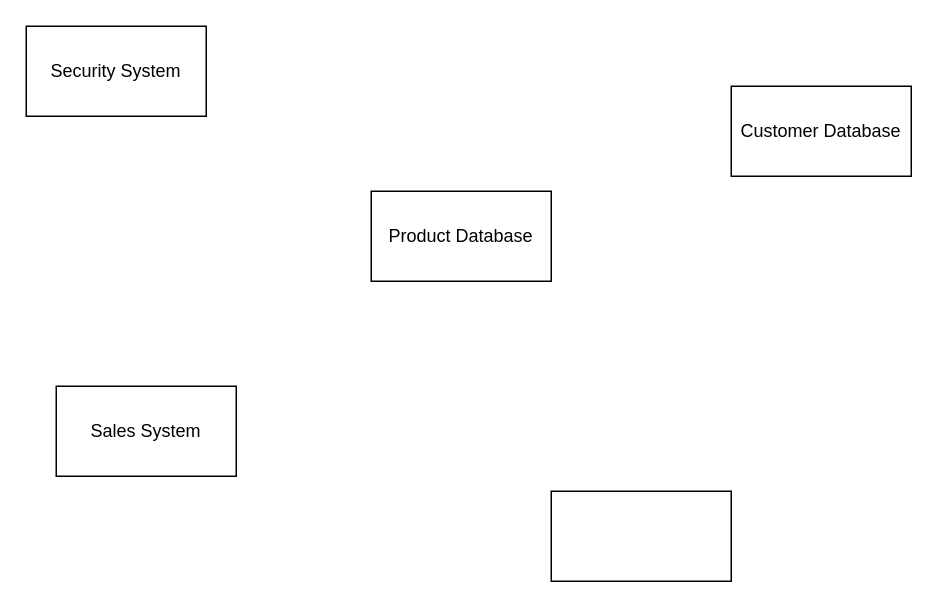
Earlier version of the draw.io diagram workshop10_week11.drawio (antonykimuom/SWEN30006-2025-SM1-workshop1-tuew05-14-00-team-12). Source tidied: cells renumbered, new cells numbered last; positions are measured from the earlier drawing's top-left corner, leaving out a move shared by most shapes. Both pictures are drawn from the tidied source at 150%, with x=0, y=0 at pixel (26, 26).
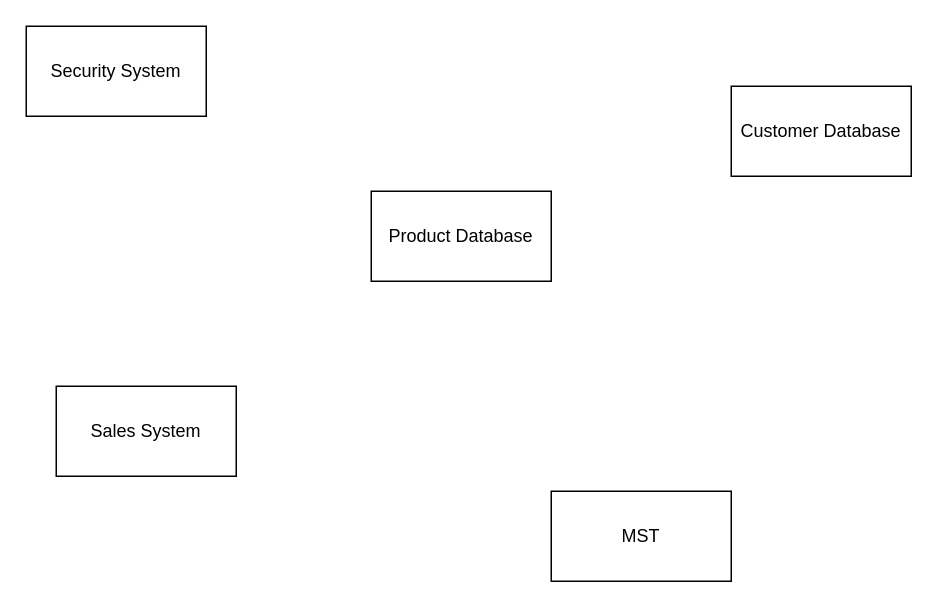
After the change.

What changed in the source:
```diff
@@
 <mxGraphModel>
   <root>
     <mxCell id="0" />
     <mxCell id="1" parent="0" />
     <mxCell id="2" value="Product Database" style="rounded=0;whiteSpace=wrap;html=1;" parent="1" vertex="1">
       <mxGeometry x="230" y="110" width="120" height="60" as="geometry" />
     </mxCell>
     <mxCell id="3" value="Customer Database" style="rounded=0;whiteSpace=wrap;html=1;" parent="1" vertex="1">
       <mxGeometry x="470" y="40" width="120" height="60" as="geometry" />
     </mxCell>
     <mxCell id="4" value="Security System" style="rounded=0;whiteSpace=wrap;html=1;" parent="1" vertex="1">
       <mxGeometry width="120" height="60" as="geometry" />
     </mxCell>
-    <mxCell id="5" style="rounded=0;whiteSpace=wrap;html=1;" parent="1" vertex="1">
+    <mxCell id="5" value="MST" style="rounded=0;whiteSpace=wrap;html=1;" parent="1" vertex="1">
       <mxGeometry x="350" y="310" width="120" height="60" as="geometry" />
     </mxCell>
     <mxCell id="6" value="Sales System" style="rounded=0;whiteSpace=wrap;html=1;" parent="1" vertex="1">
       <mxGeometry x="20" y="240" width="120" height="60" as="geometry" />
     </mxCell>
   </root>
 </mxGraphModel>
```
